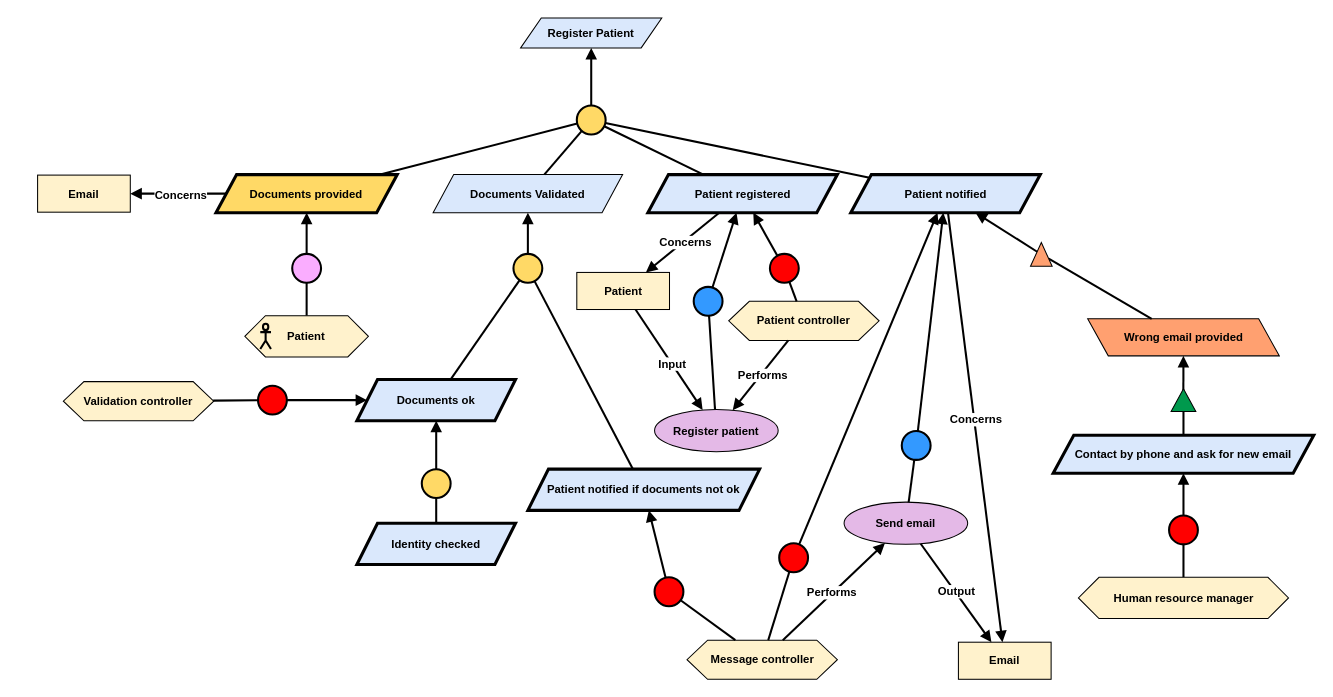
RafaelCMira/myclinic-msp-project keeps this draw.io diagram as Kaos/KAOS 1.drawio. Above is the earlier version. Source tidied: cells renumbered, new cells numbered last; positions are measured from the earlier drawing's top-left corner, leaving out a move shared by most shapes. Both pictures are drawn from the tidied source at 103%, with x=0, y=0 at pixel (37, 18).
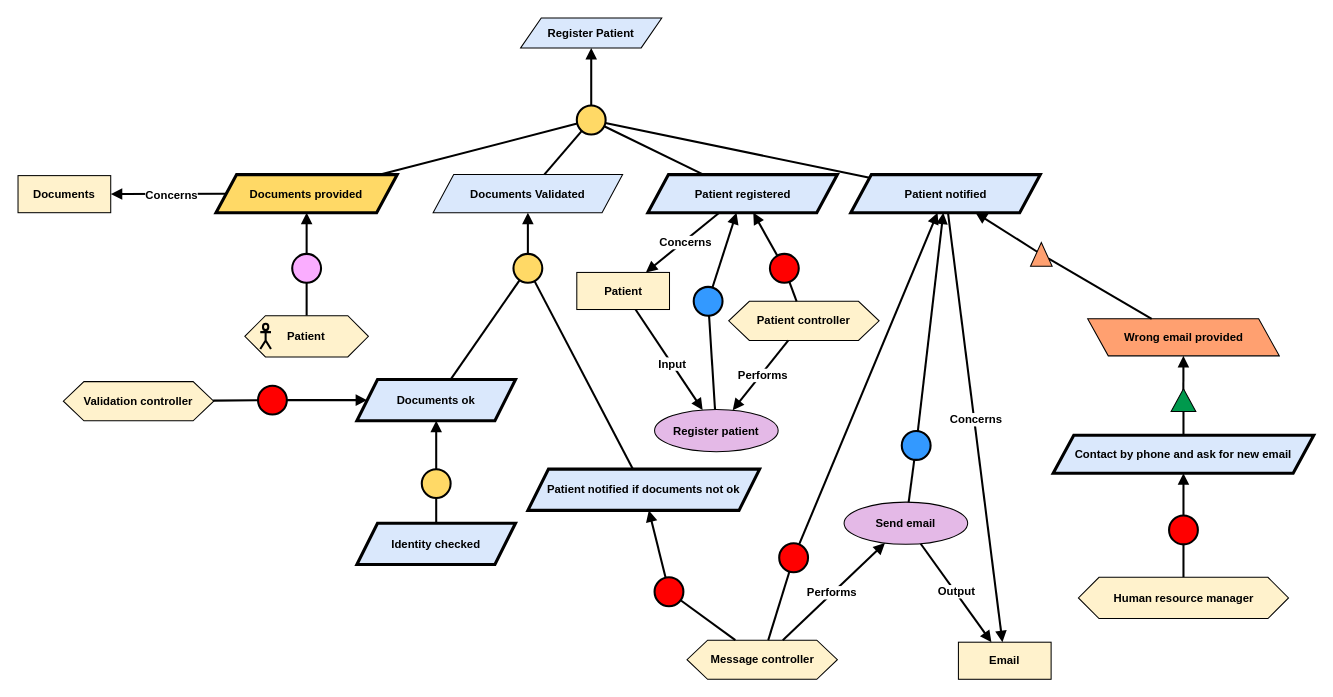
After the change.

What changed in the source:
```diff
@@
-    <mxCell id="79" value="&lt;b&gt;Email&lt;/b&gt;" style="rounded=0;whiteSpace=wrap;html=1;fillColor=#FFF2CC;fontFamily=Helvetica;fontSize=11;fontColor=default;labelBackgroundColor=none;" parent="1" vertex="1">
-      <mxGeometry y="152.5" width="90" height="36" as="geometry" />
+    <mxCell id="79" value="&lt;b&gt;Documents&lt;/b&gt;" style="rounded=0;whiteSpace=wrap;html=1;fillColor=#FFF2CC;fontFamily=Helvetica;fontSize=11;fontColor=default;labelBackgroundColor=none;" parent="1" vertex="1">
+      <mxGeometry x="-19" y="153" width="90" height="36" as="geometry" />
     </mxCell>
```
